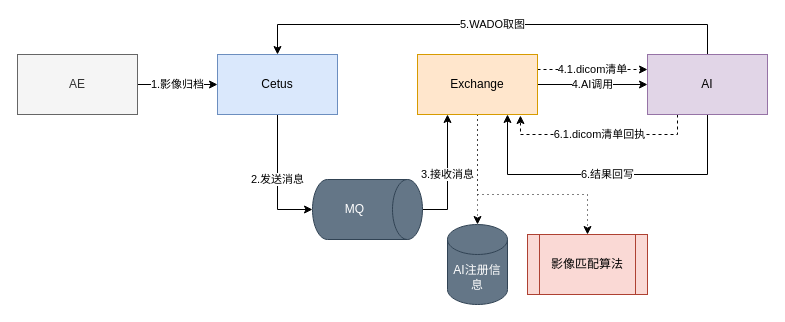
xzs603/draw.io keeps this draw.io diagram as uih/千县/千县-AI注册与影像分发.drawio. Above is the earlier version. Source tidied: cells renumbered, new cells numbered last; positions are measured from the earlier drawing's top-left corner, leaving out a move shared by most shapes. Both pictures are drawn from the tidied source at 100%, with x=0, y=0 at pixel (17, 24).
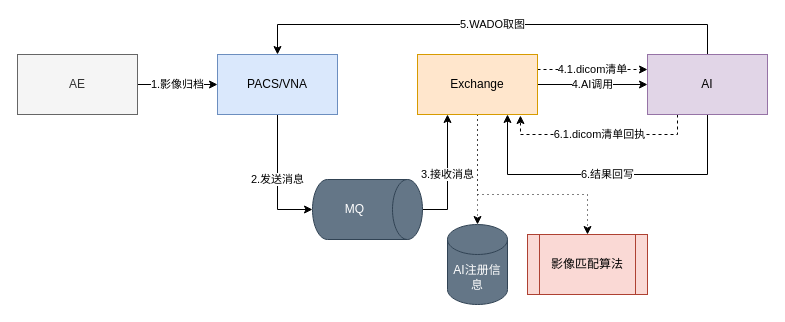
The same diagram, later.

Change to the diagram source:
```diff
@@
-    <mxCell id="5" value="Cetus" style="rounded=0;whiteSpace=wrap;html=1;fillColor=#dae8fc;strokeColor=#6c8ebf;" parent="1" vertex="1">
+    <mxCell id="5" value="PACS/VNA" style="rounded=0;whiteSpace=wrap;html=1;fillColor=#dae8fc;strokeColor=#6c8ebf;" parent="1" vertex="1">
       <mxGeometry x="200" y="30" width="120" height="60" as="geometry" />
     </mxCell>
```
